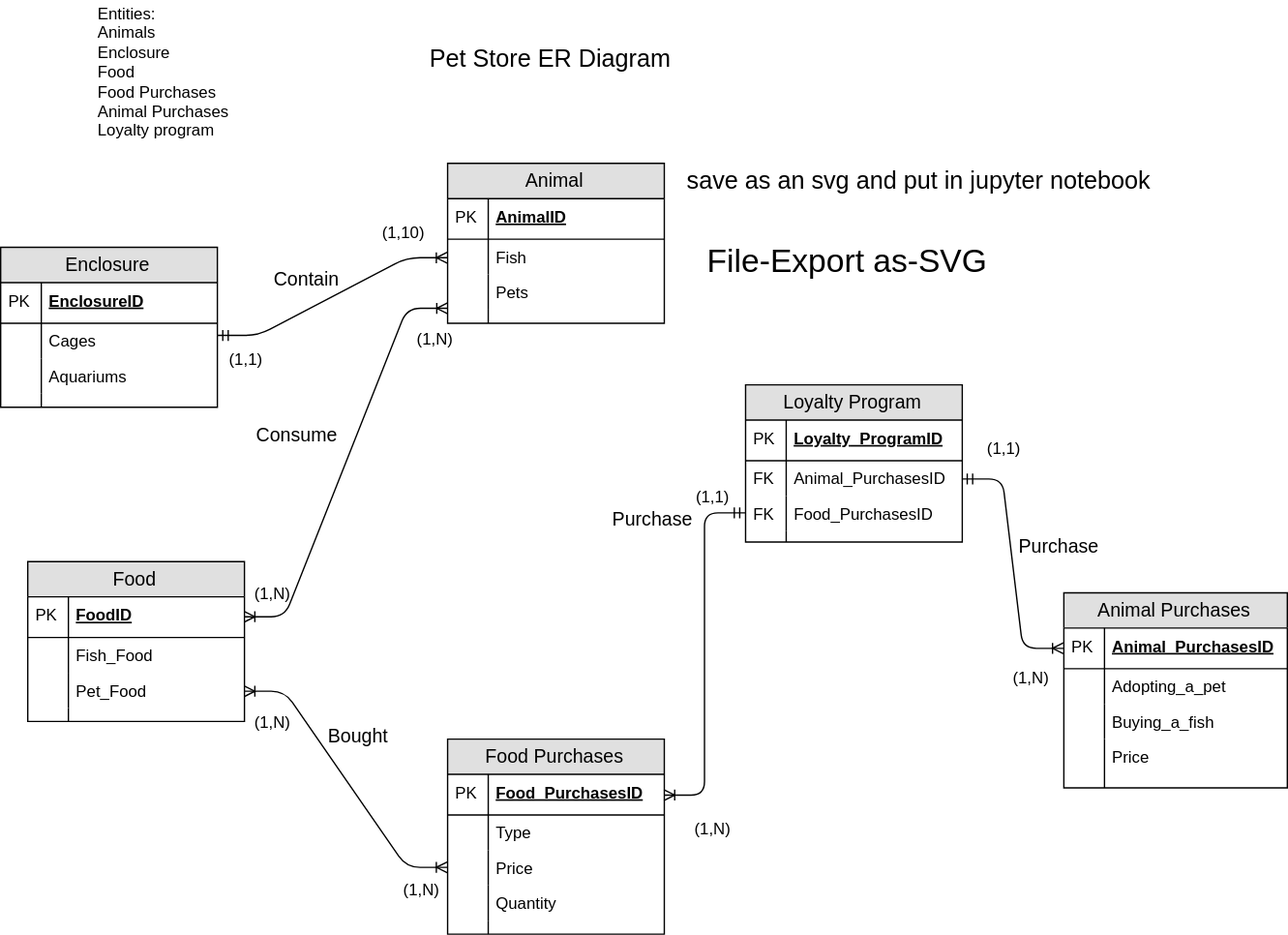
This is Pet_Store_Lab.svg from kjafar11/ISTLab3, a draw.io export, as it was before one commit. Source tidied: cells renumbered, new cells last; positions are measured from the earlier drawing's top-left corner, leaving out a move shared by most shapes.
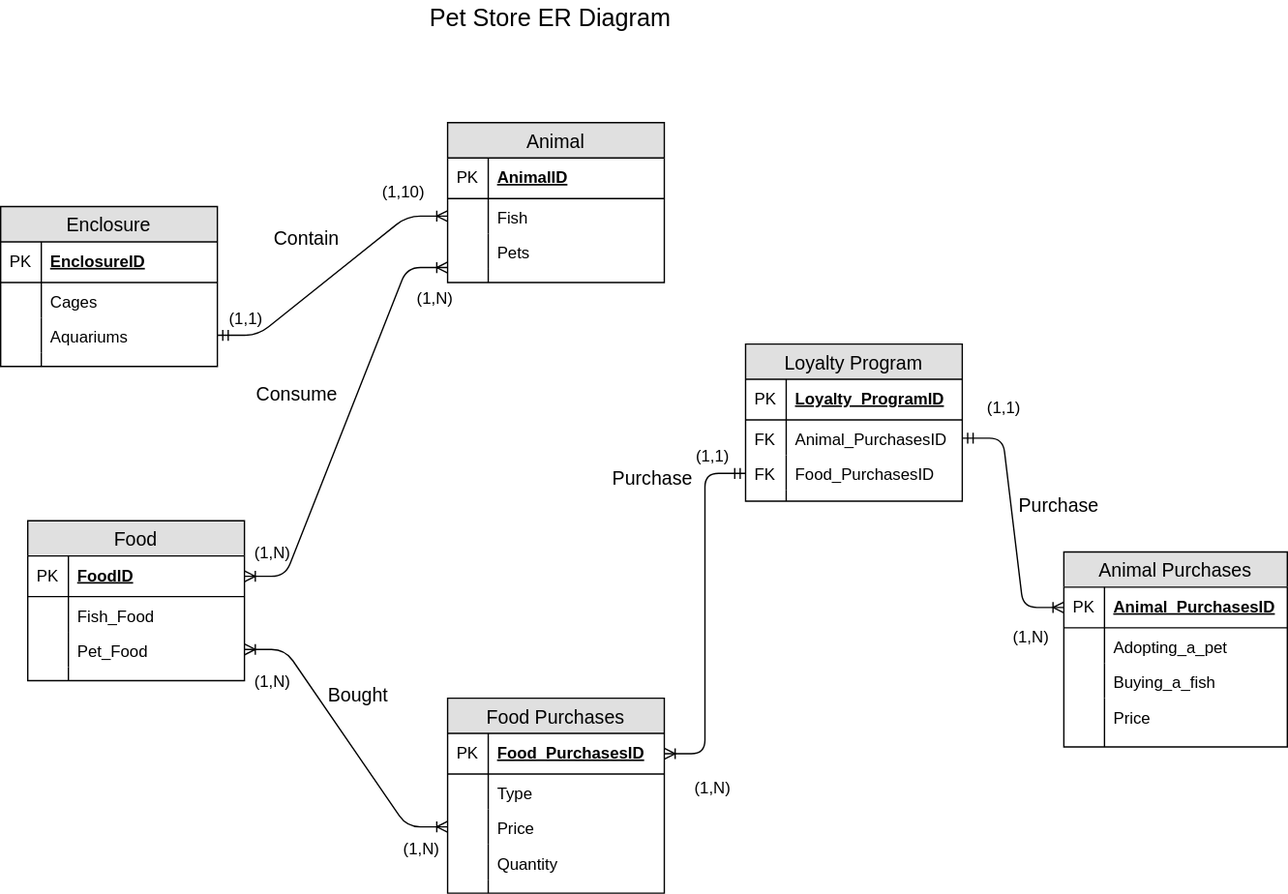
After the commit.

What changed in the source:
```diff
@@ -181,13 +181,8 @@
     <mxCell id="60" value="&lt;font style=&quot;font-size: 18px&quot;&gt;Pet Store ER Diagram&lt;/font&gt;" style="text;html=1;align=left;verticalAlign=top;spacingTop=-4;" parent="1" vertex="1">
       <mxGeometry x="315" y="30" width="190" height="20" as="geometry" />
     </mxCell>
-    <mxCell id="61" value="Entities:&lt;br&gt;Animals&lt;br&gt;Enclosure&lt;br&gt;Food&lt;br&gt;Food Purchases&amp;nbsp;&lt;br&gt;Animal Purchases&lt;br&gt;Loyalty program&amp;nbsp;" style="text;html=1;align=left;verticalAlign=top;spacingTop=-4;" parent="1" vertex="1">
-      <mxGeometry x="70" width="110" height="100" as="geometry" />
-    </mxCell>
-    <mxCell id="62" style="edgeStyle=entityRelationEdgeStyle;fontSize=12;html=1;endArrow=ERoneToMany;startArrow=ERmandOne;exitX=1;exitY=0.5;exitDx=0;exitDy=0;entryX=0;entryY=0.5;entryDx=0;entryDy=0;" parent="1" edge="1" target="45">
-      <mxGeometry relative="1" as="geometry">
-        <mxPoint x="160" y="247" as="sourcePoint" />
-      </mxGeometry>
+    <mxCell id="62" style="edgeStyle=entityRelationEdgeStyle;fontSize=12;html=1;endArrow=ERoneToMany;startArrow=ERmandOne;exitX=1;exitY=0.5;exitDx=0;exitDy=0;entryX=0;entryY=0.5;entryDx=0;entryDy=0;" parent="1" edge="1" source="7" target="45">
+      <mxGeometry relative="1" as="geometry" />
     </mxCell>
     <mxCell id="63" value="(1,1)" style="text;html=1;align=left;verticalAlign=top;spacingTop=-4;" parent="1" vertex="1">
       <mxGeometry x="167" y="255" width="40" height="20" as="geometry" />
@@ -224,12 +219,6 @@
     <mxCell id="73" value="&lt;font style=&quot;font-size: 14px&quot;&gt;Consume&lt;/font&gt;" style="text;html=1;align=left;verticalAlign=top;spacingTop=-4;" parent="1" vertex="1">
       <mxGeometry x="187" y="309.5" width="80" height="20" as="geometry" />
     </mxCell>
-    <mxCell id="74" value="&lt;font style=&quot;font-size: 18px&quot;&gt;save as an svg and put in jupyter notebook&lt;/font&gt;" style="text;html=1;align=left;verticalAlign=top;spacingTop=-4;" parent="1" vertex="1">
-      <mxGeometry x="505" y="120" width="360" height="20" as="geometry" />
-    </mxCell>
-    <mxCell id="75" value="&lt;font style=&quot;font-size: 24px&quot;&gt;File-Export as-SVG&lt;/font&gt;" style="text;html=1;align=left;verticalAlign=top;spacingTop=-4;" parent="1" vertex="1">
-      <mxGeometry x="520" y="176" width="220" height="20" as="geometry" />
-    </mxCell>
     <mxCell id="76" value="(1,N)" style="text;html=1;strokeColor=none;fillColor=none;align=center;verticalAlign=middle;whiteSpace=wrap;rounded=0;" parent="1" vertex="1">
       <mxGeometry x="180" y="522" width="40" height="20" as="geometry" />
     </mxCell>
```
